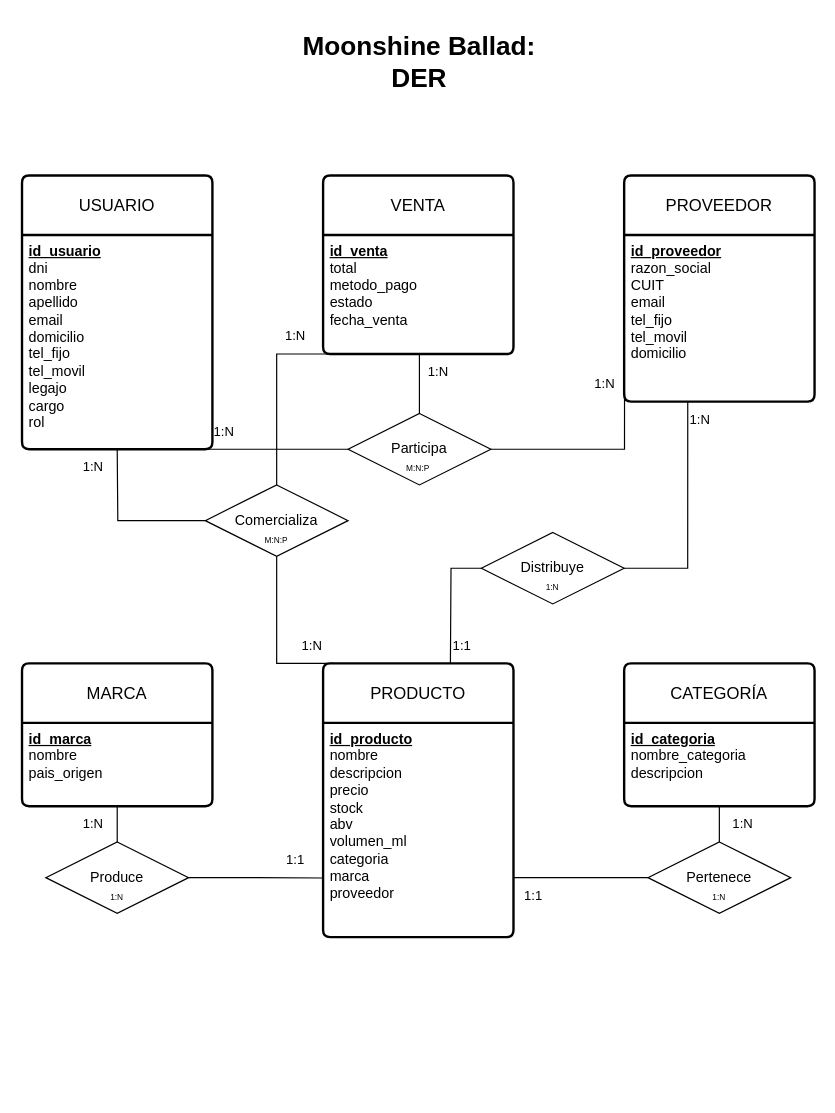
caudex-nox/moonshine-ballad keeps this draw.io diagram as docs/diagramas/3er_DER.drawio. Above is the earlier version. Source tidied: cells renumbered, new cells numbered last; positions are measured from the earlier drawing's top-left corner, leaving out a move shared by most shapes. Both pictures are drawn from the tidied source at 119%, with x=0, y=0 at pixel (21, 20).
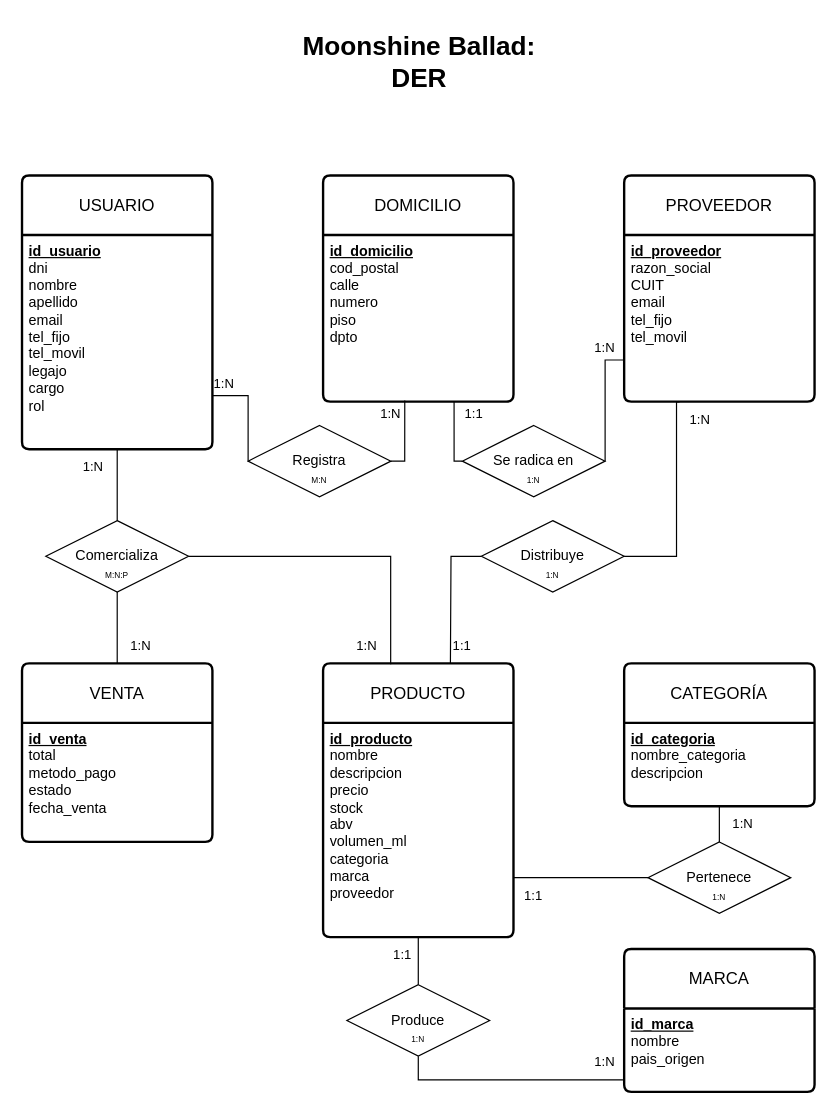
After the change.

Commit message:
fix: tabla domicilio

Unchanged cells that the change refers to:
```xml
<mxCell id="2" value="USUARIO" style="swimlane;horizontal=1;startSize=50;rounded=1;fontSize=14;fontStyle=0;strokeWidth=2;shadow=0;dashed=0;align=center;arcSize=4;whiteSpace=wrap;html=1;" parent="1" vertex="1">
  <mxGeometry y="130" width="160" height="230" as="geometry" />
</mxCell>
<mxCell id="5" value="&lt;b&gt;&lt;u&gt;id_venta&lt;/u&gt;&lt;/b&gt;&lt;div&gt;&lt;div&gt;total&lt;/div&gt;&lt;div&gt;metodo_pago&lt;/div&gt;&lt;div&gt;estado&lt;/div&gt;&lt;div&gt;fecha_venta&lt;/div&gt;&lt;div&gt;&lt;div&gt;&lt;br&gt;&lt;/div&gt;&lt;div&gt;&lt;br&gt;&lt;/div&gt;&lt;/div&gt;&lt;/div&gt;&lt;div&gt;&lt;br&gt;&lt;/div&gt;" style="align=left;strokeColor=none;fillColor=none;spacingLeft=4;spacingRight=4;fontSize=12;verticalAlign=top;html=1;whiteSpace=wrap;" parent="4" vertex="1">
  <mxGeometry y="50" width="160" height="100" as="geometry" />
</mxCell>
<mxCell id="7" value="PROVEEDOR" style="swimlane;horizontal=1;startSize=50;rounded=1;fontSize=14;fontStyle=0;strokeWidth=2;shadow=0;dashed=0;align=center;arcSize=4;whiteSpace=wrap;html=1;" parent="1" vertex="1">
  <mxGeometry x="506" y="130" width="160" height="190" as="geometry" />
</mxCell>
<mxCell id="9" value="PRODUCTO" style="swimlane;horizontal=1;startSize=50;rounded=1;fontSize=14;fontStyle=0;strokeWidth=2;shadow=0;dashed=0;align=center;arcSize=4;whiteSpace=wrap;html=1;" parent="1" vertex="1">
  <mxGeometry x="253" y="540" width="160" height="230" as="geometry" />
</mxCell>
<mxCell id="10" value="&lt;b&gt;&lt;u&gt;id_producto&lt;br&gt;&lt;/u&gt;&lt;/b&gt;nombre&lt;br&gt;descripcion&lt;br&gt;&lt;div&gt;precio&lt;/div&gt;&lt;div&gt;stock&lt;/div&gt;&lt;div&gt;abv&lt;/div&gt;&lt;div&gt;volumen_ml&lt;/div&gt;&lt;div&gt;categoria&lt;/div&gt;&lt;div&gt;marca&lt;/div&gt;&lt;div&gt;proveedor&lt;/div&gt;" style="align=left;strokeColor=none;fillColor=none;spacingLeft=4;spacingRight=4;fontSize=12;verticalAlign=top;html=1;whiteSpace=wrap;" parent="9" vertex="1">
  <mxGeometry y="50" width="160" height="180" as="geometry" />
</mxCell>
<mxCell id="41" value="1:N" style="text;html=1;whiteSpace=wrap;strokeColor=none;fillColor=none;align=center;verticalAlign=middle;rounded=0;fontSize=11;" parent="1" vertex="1">
  <mxGeometry x="540" y="320" width="60" height="30" as="geometry" />
</mxCell>
```

Diff of the diagram source:
```diff
@@
-    <mxCell id="3" value="&lt;b&gt;&lt;u&gt;id_usuario&lt;/u&gt;&lt;/b&gt;&lt;br&gt;&lt;div&gt;dni&lt;/div&gt;&lt;div&gt;nombre&lt;br&gt;apellido&lt;/div&gt;&lt;div&gt;&lt;div&gt;email&lt;/div&gt;&lt;div&gt;domicilio&lt;/div&gt;&lt;div&gt;tel_fijo&lt;/div&gt;&lt;div&gt;tel_movil&lt;/div&gt;&lt;div&gt;&lt;div&gt;legajo&lt;/div&gt;&lt;div&gt;cargo&lt;/div&gt;&lt;div&gt;rol&lt;/div&gt;&lt;/div&gt;&lt;/div&gt;" style="align=left;strokeColor=none;fillColor=none;spacingLeft=4;spacingRight=4;fontSize=12;verticalAlign=top;html=1;whiteSpace=wrap;" parent="2" vertex="1">
+    <mxCell id="3" value="&lt;b&gt;&lt;u&gt;id_usuario&lt;/u&gt;&lt;/b&gt;&lt;br&gt;&lt;div&gt;dni&lt;/div&gt;&lt;div&gt;nombre&lt;br&gt;apellido&lt;/div&gt;&lt;div&gt;&lt;div&gt;email&lt;/div&gt;&lt;div&gt;tel_fijo&lt;/div&gt;&lt;div&gt;tel_movil&lt;/div&gt;&lt;div&gt;&lt;div&gt;legajo&lt;/div&gt;&lt;div&gt;cargo&lt;/div&gt;&lt;div&gt;rol&lt;/div&gt;&lt;/div&gt;&lt;/div&gt;" style="align=left;strokeColor=none;fillColor=none;spacingLeft=4;spacingRight=4;fontSize=12;verticalAlign=top;html=1;whiteSpace=wrap;" parent="2" vertex="1">
       <mxGeometry y="50" width="160" height="180" as="geometry" />
     </mxCell>
     <mxCell id="4" value="VENTA" style="swimlane;horizontal=1;startSize=50;rounded=1;fontSize=14;fontStyle=0;strokeWidth=2;shadow=0;dashed=0;align=center;arcSize=4;whiteSpace=wrap;html=1;" parent="1" vertex="1">
-      <mxGeometry x="253" y="130" width="160" height="150" as="geometry" />
+      <mxGeometry y="540" width="160" height="150" as="geometry" />
     </mxCell>
@@
-    <mxCell id="8" value="&lt;u&gt;&lt;b&gt;id_proveedor&lt;/b&gt;&lt;/u&gt;&lt;div&gt;razon_social&lt;br&gt;&lt;div&gt;CUIT&lt;/div&gt;&lt;div&gt;email&lt;/div&gt;&lt;div&gt;tel_fijo&lt;/div&gt;&lt;div&gt;&lt;div&gt;tel_movil&lt;/div&gt;&lt;div&gt;domicilio&lt;/div&gt;&lt;/div&gt;&lt;/div&gt;" style="align=left;strokeColor=none;fillColor=none;spacingLeft=4;spacingRight=4;fontSize=12;verticalAlign=top;html=1;whiteSpace=wrap;" parent="7" vertex="1">
+    <mxCell id="8" value="&lt;u&gt;&lt;b&gt;id_proveedor&lt;/b&gt;&lt;/u&gt;&lt;div&gt;razon_social&lt;br&gt;&lt;div&gt;CUIT&lt;/div&gt;&lt;div&gt;email&lt;/div&gt;&lt;div&gt;tel_fijo&lt;/div&gt;&lt;div&gt;&lt;div&gt;tel_movil&lt;/div&gt;&lt;/div&gt;&lt;/div&gt;" style="align=left;strokeColor=none;fillColor=none;spacingLeft=4;spacingRight=4;fontSize=12;verticalAlign=top;html=1;whiteSpace=wrap;" parent="7" vertex="1">
       <mxGeometry y="50" width="160" height="140" as="geometry" />
     </mxCell>
@@
     <mxCell id="13" value="MARCA" style="swimlane;horizontal=1;startSize=50;rounded=1;fontSize=14;fontStyle=0;strokeWidth=2;shadow=0;dashed=0;align=center;arcSize=4;whiteSpace=wrap;html=1;" parent="1" vertex="1">
-      <mxGeometry y="540" width="160" height="120" as="geometry" />
+      <mxGeometry x="506" y="780" width="160" height="120" as="geometry" />
     </mxCell>
@@
-    <mxCell id="17" style="edgeStyle=orthogonalEdgeStyle;rounded=0;jettySize=auto;html=1;entryX=0.002;entryY=0.724;entryDx=0;entryDy=0;defaultLabelBackgroundColor=page;endArrow=none;endFill=0;entryPerimeter=0;" parent="1" edge="1" source="19" target="10">
+    <mxCell id="17" style="edgeStyle=orthogonalEdgeStyle;rounded=0;jettySize=auto;html=1;entryX=0.5;entryY=1;entryDx=0;entryDy=0;defaultLabelBackgroundColor=page;endArrow=none;endFill=0;" parent="1" edge="1" source="19" target="10">
       <mxGeometry relative="1" as="geometry" />
     </mxCell>
-    <mxCell id="18" style="edgeStyle=orthogonalEdgeStyle;rounded=0;jettySize=auto;html=1;entryX=0.5;entryY=1;entryDx=0;entryDy=0;defaultLabelBackgroundColor=page;endArrow=none;endFill=0;" parent="1" edge="1" source="19" target="13">
-      <mxGeometry relative="1" as="geometry" />
-    </mxCell>
     <mxCell id="19" value="Produce" style="shape=rhombus;perimeter=rhombusPerimeter;whiteSpace=wrap;html=1;align=center;" parent="1" vertex="1">
-      <mxGeometry x="20" y="690" width="120" height="60" as="geometry" />
+      <mxGeometry x="273" y="810" width="120" height="60" as="geometry" />
     </mxCell>
-    <mxCell id="20" style="edgeStyle=orthogonalEdgeStyle;rounded=0;jettySize=auto;html=1;defaultLabelBackgroundColor=page;endArrow=none;endFill=0;entryX=0.334;entryY=1;entryDx=0;entryDy=0;entryPerimeter=0;" parent="1" edge="1" source="22" target="8">
-      <mxGeometry relative="1" as="geometry">
-        <Array as="points">
-          <mxPoint x="559.4" y="460" />
-        </Array>
-      </mxGeometry>
-    </mxCell>
@@
     <mxCell id="22" value="Distribuye" style="shape=rhombus;perimeter=rhombusPerimeter;whiteSpace=wrap;html=1;align=center;" parent="1" vertex="1">
-      <mxGeometry x="386" y="430" width="120" height="60" as="geometry" />
+      <mxGeometry x="386" y="420" width="120" height="60" as="geometry" />
     </mxCell>
-    <mxCell id="23" style="edgeStyle=orthogonalEdgeStyle;rounded=0;jettySize=auto;html=1;defaultLabelBackgroundColor=page;endArrow=none;endFill=0;" parent="1" edge="1" source="25">
-      <mxGeometry x="-0.04" relative="1" as="geometry">
-        <mxPoint x="260" y="280" as="targetPoint" />
-        <Array as="points">
-          <mxPoint x="214" y="280" />
-        </Array>
-      </mxGeometry>
-    </mxCell>
@@
     <mxCell id="25" value="Comercializa" style="shape=rhombus;perimeter=rhombusPerimeter;whiteSpace=wrap;html=1;align=center;" parent="1" vertex="1">
-      <mxGeometry x="154" y="390" width="120" height="60" as="geometry" />
+      <mxGeometry x="20" y="420" width="120" height="60" as="geometry" />
     </mxCell>
-    <mxCell id="26" style="edgeStyle=orthogonalEdgeStyle;rounded=0;jettySize=auto;html=1;defaultLabelBackgroundColor=page;endArrow=none;endFill=0;" parent="1" edge="1" source="28">
-      <mxGeometry x="-0.08" relative="1" as="geometry">
-        <mxPoint x="150" y="360" as="targetPoint" />
-        <Array as="points">
-          <mxPoint x="190" y="360" />
-          <mxPoint x="190" y="360" />
-        </Array>
-      </mxGeometry>
-    </mxCell>
-    <mxCell id="27" style="edgeStyle=orthogonalEdgeStyle;rounded=0;jettySize=auto;html=1;defaultLabelBackgroundColor=page;endArrow=none;endFill=0;entryX=0.506;entryY=1;entryDx=0;entryDy=0;entryPerimeter=0;" parent="1" edge="1" source="28" target="5">
-      <mxGeometry relative="1" as="geometry" />
-    </mxCell>
-    <mxCell id="28" value="Participa" style="shape=rhombus;perimeter=rhombusPerimeter;whiteSpace=wrap;html=1;align=center;" parent="1" vertex="1">
-      <mxGeometry x="274" y="330" width="120" height="60" as="geometry" />
-    </mxCell>
@@
-    <mxCell id="30" style="edgeStyle=orthogonalEdgeStyle;rounded=0;jettySize=auto;html=1;defaultLabelBackgroundColor=page;endArrow=none;endFill=0;entryX=0.002;entryY=0.945;entryDx=0;entryDy=0;entryPerimeter=0;" parent="1" edge="1" source="28" target="8">
-      <mxGeometry relative="1" as="geometry">
-        <Array as="points">
-          <mxPoint x="506.3" y="360" />
-        </Array>
-      </mxGeometry>
-    </mxCell>
@@
-    <mxCell id="32" style="edgeStyle=orthogonalEdgeStyle;rounded=0;jettySize=auto;html=1;entryX=0.057;entryY=0;entryDx=0;entryDy=0;entryPerimeter=0;defaultLabelBackgroundColor=page;endArrow=none;endFill=0;" parent="1" edge="1" source="25" target="9">
-      <mxGeometry x="0.13" relative="1" as="geometry">
-        <Array as="points">
-          <mxPoint x="214" y="540" />
-        </Array>
-      </mxGeometry>
-    </mxCell>
@@
     <mxCell id="34" value="1:N" style="text;html=1;whiteSpace=wrap;strokeColor=none;fillColor=none;align=center;verticalAlign=middle;rounded=0;fontSize=11;" parent="1" vertex="1">
-      <mxGeometry x="200" y="250" width="60" height="30" as="geometry" />
+      <mxGeometry x="70" y="510" width="60" height="30" as="geometry" />
     </mxCell>
     <mxCell id="35" value="1:N" style="text;html=1;whiteSpace=wrap;strokeColor=none;fillColor=none;align=center;verticalAlign=middle;rounded=0;fontSize=11;" parent="1" vertex="1">
-      <mxGeometry x="214" y="510" width="60" height="30" as="geometry" />
+      <mxGeometry x="260" y="510" width="60" height="30" as="geometry" />
     </mxCell>
+    <mxCell id="50" style="edgeStyle=orthogonalEdgeStyle;rounded=0;jettySize=auto;html=1;entryX=0.5;entryY=0;entryDx=0;entryDy=0;defaultLabelBackgroundColor=page;endArrow=none;endFill=0;" parent="1" edge="1" source="36" target="4">
+      <mxGeometry relative="1" as="geometry" />
+    </mxCell>
     <mxCell id="36" value="&lt;font style=&quot;font-size: 7px;&quot;&gt;M:N:P&lt;/font&gt;" style="text;html=1;whiteSpace=wrap;strokeColor=none;fillColor=none;align=center;verticalAlign=middle;rounded=0;" parent="1" vertex="1">
-      <mxGeometry x="184" y="420" width="60" height="30" as="geometry" />
+      <mxGeometry x="50" y="450" width="60" height="30" as="geometry" />
     </mxCell>
-    <mxCell id="37" value="1:N" style="text;html=1;whiteSpace=wrap;strokeColor=none;fillColor=none;align=center;verticalAlign=middle;rounded=0;fontSize=11;" parent="1" vertex="1">
-      <mxGeometry x="140" y="330" width="60" height="30" as="geometry" />
-    </mxCell>
-    <mxCell id="38" value="1:N" style="text;html=1;whiteSpace=wrap;strokeColor=none;fillColor=none;align=center;verticalAlign=middle;rounded=0;fontSize=11;" parent="1" vertex="1">
-      <mxGeometry x="320" y="280" width="60" height="30" as="geometry" />
-    </mxCell>
-    <mxCell id="39" value="1:N" style="text;html=1;whiteSpace=wrap;strokeColor=none;fillColor=none;align=center;verticalAlign=middle;rounded=0;fontSize=11;" parent="1" vertex="1">
-      <mxGeometry x="460" y="290" width="60" height="30" as="geometry" />
-    </mxCell>
-    <mxCell id="40" value="&lt;font style=&quot;font-size: 7px;&quot;&gt;M:N:P&lt;/font&gt;" style="text;html=1;whiteSpace=wrap;strokeColor=none;fillColor=none;align=center;verticalAlign=middle;rounded=0;" parent="1" vertex="1">
-      <mxGeometry x="303" y="360" width="60" height="30" as="geometry" />
-    </mxCell>
@@
     <mxCell id="43" value="1:1" style="text;html=1;whiteSpace=wrap;strokeColor=none;fillColor=none;align=center;verticalAlign=middle;rounded=0;fontSize=11;" parent="1" vertex="1">
-      <mxGeometry x="200" y="690" width="60" height="30" as="geometry" />
+      <mxGeometry x="290" y="770" width="60" height="30" as="geometry" />
     </mxCell>
     <mxCell id="44" value="1:N" style="text;html=1;whiteSpace=wrap;strokeColor=none;fillColor=none;align=center;verticalAlign=middle;rounded=0;fontSize=11;" parent="1" vertex="1">
-      <mxGeometry x="30" y="660" width="60" height="30" as="geometry" />
+      <mxGeometry x="460" y="860" width="60" height="30" as="geometry" />
     </mxCell>
@@
     <mxCell id="47" value="&lt;font style=&quot;font-size: 7px;&quot;&gt;1:N&lt;/font&gt;" style="text;html=1;whiteSpace=wrap;strokeColor=none;fillColor=none;align=center;verticalAlign=middle;rounded=0;" parent="1" vertex="1">
-      <mxGeometry x="416" y="460" width="60" height="30" as="geometry" />
+      <mxGeometry x="416" y="450" width="60" height="30" as="geometry" />
     </mxCell>
@@
+    <mxCell id="51" style="edgeStyle=orthogonalEdgeStyle;rounded=0;jettySize=auto;html=1;entryX=0.75;entryY=1;entryDx=0;entryDy=0;defaultLabelBackgroundColor=page;endArrow=none;endFill=0;" parent="1" edge="1" source="49" target="44">
+      <mxGeometry x="0.07" relative="1" as="geometry">
+        <Array as="points">
+          <mxPoint x="333" y="890" />
+        </Array>
+      </mxGeometry>
+    </mxCell>
     <mxCell id="49" value="&lt;font style=&quot;font-size: 7px;&quot;&gt;1:N&lt;/font&gt;" style="text;html=1;whiteSpace=wrap;strokeColor=none;fillColor=none;align=center;verticalAlign=middle;rounded=0;" parent="1" vertex="1">
-      <mxGeometry x="50" y="720" width="60" height="30" as="geometry" />
+      <mxGeometry x="303" y="840" width="60" height="30" as="geometry" />
     </mxCell>
+    <mxCell id="32" style="edgeStyle=orthogonalEdgeStyle;rounded=0;jettySize=auto;html=1;entryX=0.355;entryY=0.003;entryDx=0;entryDy=0;entryPerimeter=0;defaultLabelBackgroundColor=page;endArrow=none;endFill=0;" parent="1" edge="1" source="25" target="9">
+      <mxGeometry relative="1" as="geometry" />
+    </mxCell>
+    <mxCell id="52" style="edgeStyle=orthogonalEdgeStyle;rounded=0;jettySize=auto;html=1;entryX=0.21;entryY=0.006;entryDx=0;entryDy=0;entryPerimeter=0;defaultLabelBackgroundColor=page;endArrow=none;endFill=0;" parent="1" edge="1" source="22" target="41">
+      <mxGeometry x="0.39" relative="1" as="geometry">
+        <Array as="points">
+          <mxPoint x="550" y="450" />
+          <mxPoint x="550" y="320.2" />
+        </Array>
+      </mxGeometry>
+    </mxCell>
+    <mxCell id="53" value="DOMICILIO" style="swimlane;horizontal=1;startSize=50;rounded=1;fontSize=14;fontStyle=0;strokeWidth=2;shadow=0;dashed=0;align=center;arcSize=4;whiteSpace=wrap;html=1;" parent="1" vertex="1">
+      <mxGeometry x="253" y="130" width="160" height="190" as="geometry" />
+    </mxCell>
+    <mxCell id="54" value="&lt;u&gt;&lt;b&gt;id_domicilio&lt;/b&gt;&lt;/u&gt;&lt;div&gt;cod_postal&lt;div&gt;calle&lt;/div&gt;&lt;div&gt;numero&lt;/div&gt;&lt;div&gt;piso&lt;/div&gt;&lt;div&gt;&lt;div&gt;dpto&lt;/div&gt;&lt;/div&gt;&lt;/div&gt;" style="align=left;strokeColor=none;fillColor=none;spacingLeft=4;spacingRight=4;fontSize=12;verticalAlign=top;html=1;whiteSpace=wrap;" parent="53" vertex="1">
+      <mxGeometry y="50" width="160" height="140" as="geometry" />
+    </mxCell>
+    <mxCell id="55" style="edgeStyle=orthogonalEdgeStyle;rounded=0;jettySize=auto;html=1;entryX=1;entryY=0.75;entryDx=0;entryDy=0;defaultLabelBackgroundColor=page;endArrow=none;endFill=0;" parent="1" edge="1" source="56" target="3">
+      <mxGeometry x="-0.06" relative="1" as="geometry">
+        <Array as="points">
+          <mxPoint x="190" y="315" />
+        </Array>
+      </mxGeometry>
+    </mxCell>
+    <mxCell id="56" value="Registra" style="shape=rhombus;perimeter=rhombusPerimeter;whiteSpace=wrap;html=1;align=center;" parent="1" vertex="1">
+      <mxGeometry x="190" y="340" width="120" height="60" as="geometry" />
+    </mxCell>
+    <mxCell id="57" value="&lt;font style=&quot;font-size: 7px;&quot;&gt;M:N&lt;/font&gt;" style="text;html=1;whiteSpace=wrap;strokeColor=none;fillColor=none;align=center;verticalAlign=middle;rounded=0;" parent="1" vertex="1">
+      <mxGeometry x="220" y="370" width="60" height="30" as="geometry" />
+    </mxCell>
+    <mxCell id="58" style="edgeStyle=orthogonalEdgeStyle;rounded=0;jettySize=auto;html=1;entryX=0;entryY=0.75;entryDx=0;entryDy=0;defaultLabelBackgroundColor=page;endArrow=none;endFill=0;" parent="1" edge="1" source="59" target="8">
+      <mxGeometry relative="1" as="geometry">
+        <Array as="points">
+          <mxPoint x="490" y="285" />
+        </Array>
+      </mxGeometry>
+    </mxCell>
+    <mxCell id="59" value="Se radica en" style="shape=rhombus;perimeter=rhombusPerimeter;whiteSpace=wrap;html=1;align=center;" parent="1" vertex="1">
+      <mxGeometry x="370" y="340" width="120" height="60" as="geometry" />
+    </mxCell>
+    <mxCell id="60" value="&lt;font style=&quot;font-size: 7px;&quot;&gt;1:N&lt;/font&gt;" style="text;html=1;whiteSpace=wrap;strokeColor=none;fillColor=none;align=center;verticalAlign=middle;rounded=0;" parent="1" vertex="1">
+      <mxGeometry x="400" y="370" width="60" height="30" as="geometry" />
+    </mxCell>
+    <mxCell id="61" style="edgeStyle=orthogonalEdgeStyle;rounded=0;jettySize=auto;html=1;entryX=0.429;entryY=0.993;entryDx=0;entryDy=0;entryPerimeter=0;defaultLabelBackgroundColor=page;endArrow=none;endFill=0;" parent="1" edge="1" source="56" target="54">
+      <mxGeometry x="-0.01" relative="1" as="geometry">
+        <Array as="points">
+          <mxPoint x="321.6" y="370" />
+        </Array>
+      </mxGeometry>
+    </mxCell>
+    <mxCell id="62" style="edgeStyle=orthogonalEdgeStyle;rounded=0;jettySize=auto;html=1;entryX=0.688;entryY=0.999;entryDx=0;entryDy=0;entryPerimeter=0;defaultLabelBackgroundColor=page;endArrow=none;endFill=0;" parent="1" edge="1" source="59" target="54">
+      <mxGeometry relative="1" as="geometry">
+        <Array as="points">
+          <mxPoint x="363.1" y="370" />
+        </Array>
+      </mxGeometry>
+    </mxCell>
+    <mxCell id="63" value="1:N" style="text;html=1;whiteSpace=wrap;strokeColor=none;fillColor=none;align=center;verticalAlign=middle;rounded=0;fontSize=11;" parent="1" vertex="1">
+      <mxGeometry x="140" y="290" width="60" height="30" as="geometry" />
+    </mxCell>
+    <mxCell id="64" value="1:N" style="text;html=1;whiteSpace=wrap;strokeColor=none;fillColor=none;align=center;verticalAlign=middle;rounded=0;fontSize=11;" parent="1" vertex="1">
+      <mxGeometry x="280" y="315" width="60" height="30" as="geometry" />
+    </mxCell>
+    <mxCell id="65" value="1:1" style="text;html=1;whiteSpace=wrap;strokeColor=none;fillColor=none;align=center;verticalAlign=middle;rounded=0;fontSize=11;" parent="1" vertex="1">
+      <mxGeometry x="350" y="320" width="60" height="20" as="geometry" />
+    </mxCell>
+    <mxCell id="66" value="1:N" style="text;html=1;whiteSpace=wrap;strokeColor=none;fillColor=none;align=center;verticalAlign=middle;rounded=0;fontSize=11;" parent="1" vertex="1">
+      <mxGeometry x="460" y="260" width="60" height="30" as="geometry" />
+    </mxCell>
```
